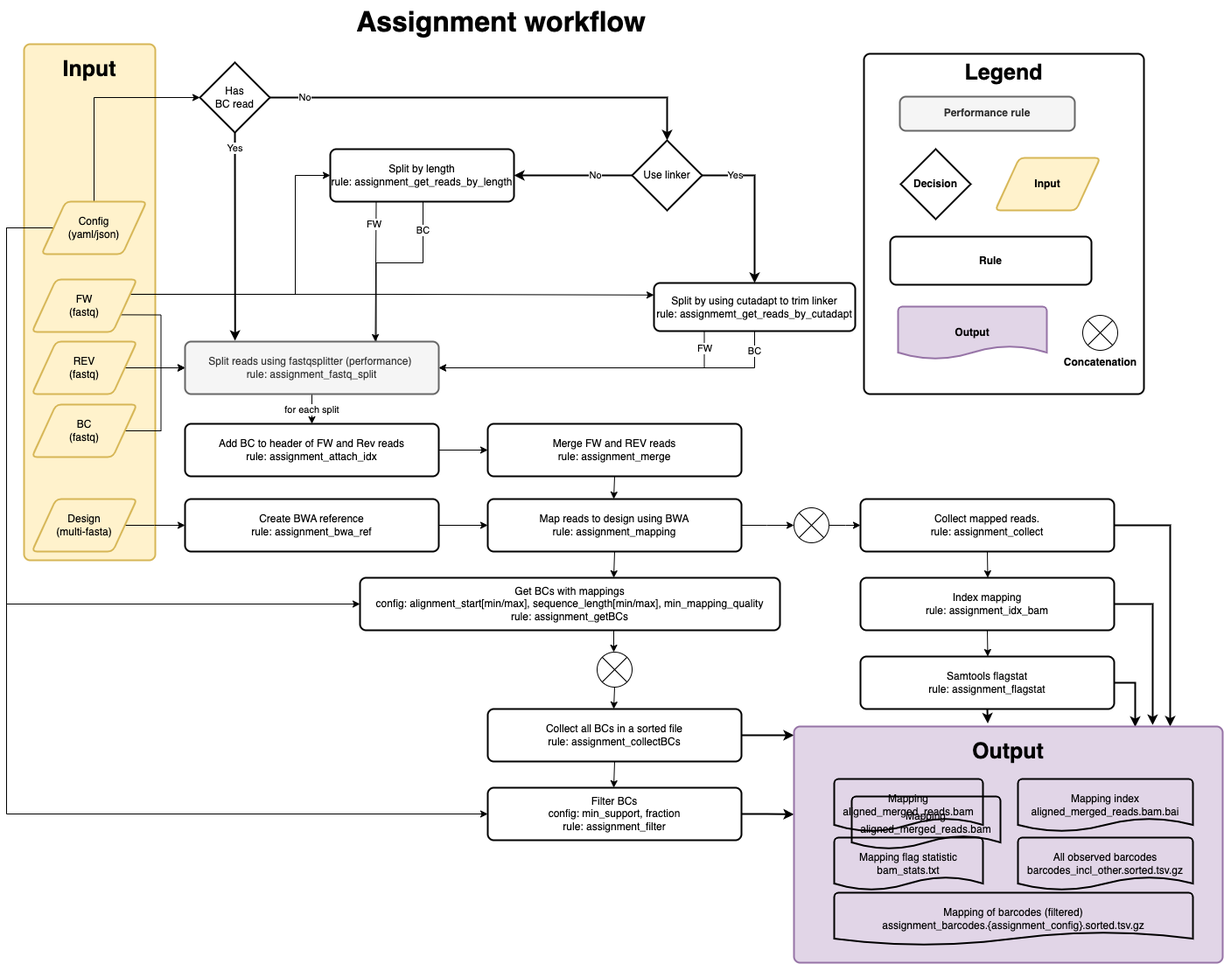
The draw.io diagram docs/MPRAsnakeflow_assignment.png in kircherlab/MPRAsnakeflow, before a commit. Source tidied: cells renumbered, new cells last; positions are measured from the earlier drawing's top-left corner, leaving out a move shared by most shapes.
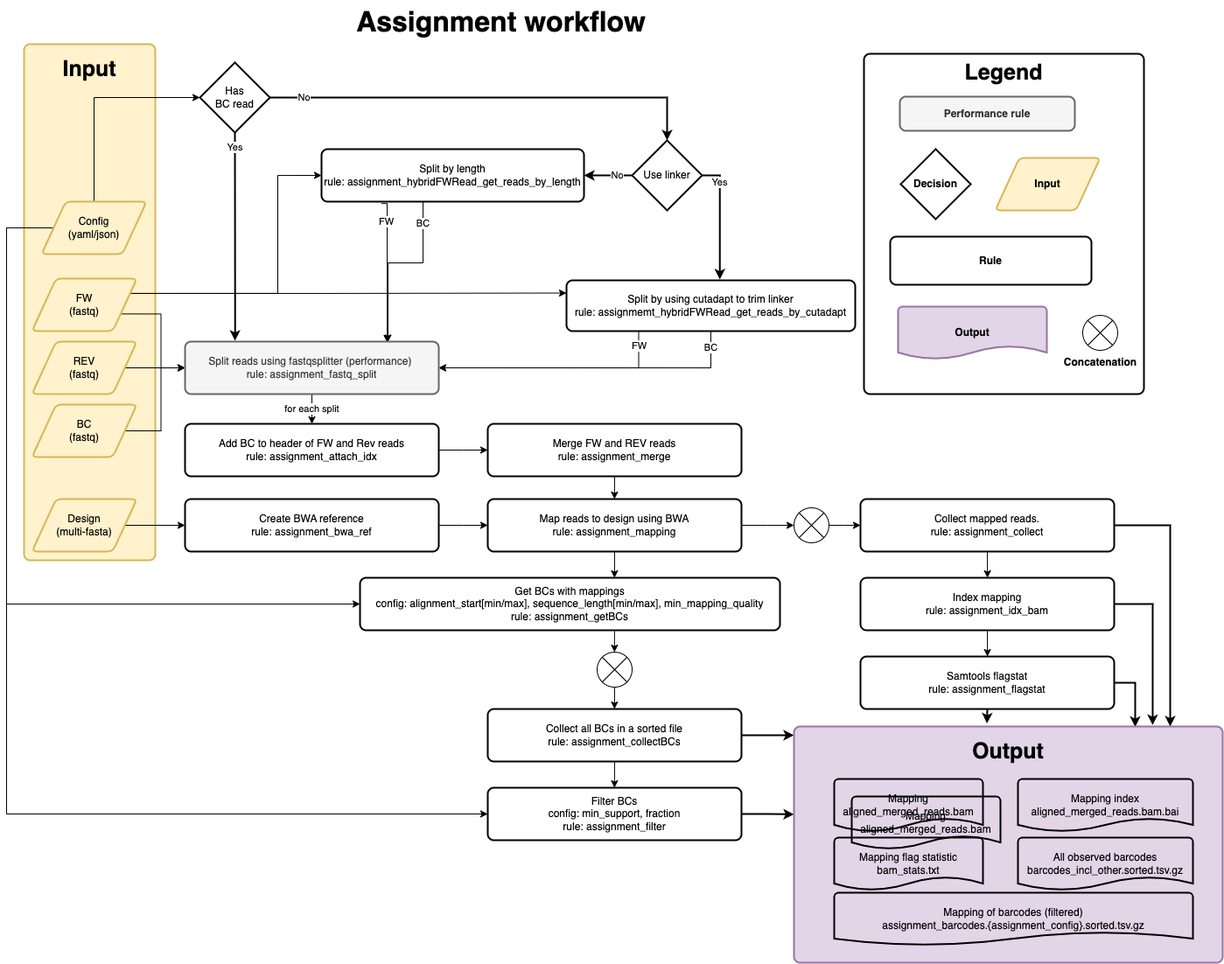
Later version of the same file.

Commit message:
docs: new assignment workflow graph

Diff of the diagram source:
```diff
@@ -11,22 +11,26 @@
     <mxCell id="4" value="&lt;div&gt;Design&lt;/div&gt;&lt;div&gt;(multi-fasta)&lt;br&gt;&lt;/div&gt;" style="shape=parallelogram;html=1;strokeWidth=2;perimeter=parallelogramPerimeter;whiteSpace=wrap;rounded=1;arcSize=12;size=0.23;fillColor=none;strokeColor=#d6b656;" parent="1" vertex="1">
       <mxGeometry x="29" y="570" width="120" height="60" as="geometry" />
     </mxCell>
-    <mxCell id="5" style="edgeStyle=elbowEdgeStyle;rounded=0;jettySize=auto;html=1;exitX=1;exitY=0.25;exitDx=0;exitDy=0;entryX=0;entryY=0.25;entryDx=0;entryDy=0;strokeColor=default;fontFamily=Helvetica;" parent="1" edge="1" source="8" target="21">
-      <mxGeometry relative="1" as="geometry" />
-    </mxCell>
+    <mxCell id="77" style="edgeStyle=elbowEdgeStyle;rounded=0;jettySize=auto;html=1;exitX=1;exitY=0.25;exitDx=0;exitDy=0;entryX=0;entryY=0.25;entryDx=0;entryDy=0;strokeColor=default;fontFamily=Helvetica;" parent="1" edge="1" source="8" target="79">
+      <mxGeometry relative="1" as="geometry">
+        <Array as="points">
+          <mxPoint x="360" y="330" />
+        </Array>
+      </mxGeometry>
+    </mxCell>
     <mxCell id="6" style="edgeStyle=orthogonalEdgeStyle;rounded=0;jettySize=auto;html=1;exitX=1;exitY=0.75;exitDx=0;exitDy=0;strokeColor=default;strokeWidth=1;fontFamily=Helvetica;elbow=vertical;entryX=0;entryY=0.5;entryDx=0;entryDy=0;" parent="1" edge="1" source="8" target="26">
       <mxGeometry relative="1" as="geometry" />
     </mxCell>
-    <mxCell id="7" style="edgeStyle=orthogonalEdgeStyle;rounded=0;jettySize=auto;html=1;exitX=1;exitY=0.25;exitDx=0;exitDy=0;entryX=0;entryY=0.5;entryDx=0;entryDy=0;strokeColor=default;strokeWidth=1;fontFamily=Helvetica;elbow=vertical;" parent="1" edge="1" source="8" target="24">
-      <mxGeometry relative="1" as="geometry">
-        <Array as="points">
-          <mxPoint x="330" y="336" />
-          <mxPoint x="330" y="200" />
-        </Array>
-      </mxGeometry>
-    </mxCell>
+    <mxCell id="78" style="edgeStyle=orthogonalEdgeStyle;rounded=0;jettySize=auto;html=1;exitX=1;exitY=0.25;exitDx=0;exitDy=0;entryX=0;entryY=0.5;entryDx=0;entryDy=0;" parent="1" edge="1" source="8" target="80">
+      <mxGeometry relative="1" as="geometry">
+        <Array as="points">
+          <mxPoint x="310" y="335" />
+          <mxPoint x="310" y="200" />
+        </Array>
+      </mxGeometry>
+    </mxCell>
     <mxCell id="8" value="&lt;div&gt;FW&lt;/div&gt;(fastq)" style="shape=parallelogram;html=1;strokeWidth=2;perimeter=parallelogramPerimeter;whiteSpace=wrap;rounded=1;arcSize=12;size=0.23;fillColor=none;strokeColor=#d6b656;" parent="1" vertex="1">
-      <mxGeometry x="29" y="319" width="120" height="60" as="geometry" />
+      <mxGeometry x="29" y="318" width="120" height="60" as="geometry" />
     </mxCell>
     <mxCell id="9" style="edgeStyle=orthogonalEdgeStyle;rounded=0;jettySize=auto;html=1;exitX=1;exitY=0.5;exitDx=0;exitDy=0;entryX=0;entryY=0.5;entryDx=0;entryDy=0;" parent="1" edge="1" source="10" target="26">
       <mxGeometry relative="1" as="geometry" />
@@ -53,40 +57,44 @@
     <mxCell id="15" value="Has&lt;br&gt;BC read" style="strokeWidth=2;html=1;shape=mxgraph.flowchart.decision;whiteSpace=wrap;" parent="1" vertex="1">
       <mxGeometry x="221" y="71" width="80" height="80" as="geometry" />
     </mxCell>
-    <mxCell id="16" value="Yes" style="edgeStyle=orthogonalEdgeStyle;rounded=0;jettySize=auto;html=1;exitX=1;exitY=0.5;exitDx=0;exitDy=0;exitPerimeter=0;entryX=0.5;entryY=0;entryDx=0;entryDy=0;fontFamily=Helvetica;strokeWidth=2;" parent="1" edge="1" source="18" target="21">
+    <mxCell id="16" value="Yes" style="edgeStyle=orthogonalEdgeStyle;rounded=0;jettySize=auto;html=1;exitX=1;exitY=0.5;exitDx=0;exitDy=0;exitPerimeter=0;entryX=0.531;entryY=-0.017;entryDx=0;entryDy=0;fontFamily=Helvetica;strokeWidth=2;entryPerimeter=0;" parent="1" edge="1" source="18" target="79">
       <mxGeometry x="-0.59" relative="1" as="geometry" />
     </mxCell>
-    <mxCell id="17" value="No" style="edgeStyle=orthogonalEdgeStyle;rounded=0;jettySize=auto;html=1;exitX=0;exitY=0.5;exitDx=0;exitDy=0;exitPerimeter=0;fontFamily=Helvetica;strokeWidth=2;" parent="1" edge="1" source="18" target="24">
+    <mxCell id="17" value="No" style="edgeStyle=orthogonalEdgeStyle;rounded=0;jettySize=auto;html=1;exitX=0;exitY=0.5;exitDx=0;exitDy=0;exitPerimeter=0;fontFamily=Helvetica;strokeWidth=2;" parent="1" edge="1" source="18" target="80">
       <mxGeometry x="-0.38" relative="1" as="geometry" />
     </mxCell>
     <mxCell id="18" value="Use linker" style="strokeWidth=2;html=1;shape=mxgraph.flowchart.decision;whiteSpace=wrap;" parent="1" vertex="1">
       <mxGeometry x="715" y="160" width="80" height="80" as="geometry" />
     </mxCell>
-    <mxCell id="19" value="FW" style="edgeStyle=orthogonalEdgeStyle;rounded=0;jettySize=auto;html=1;exitX=0.25;exitY=1;exitDx=0;exitDy=0;strokeColor=default;strokeWidth=1;fontFamily=Helvetica;elbow=vertical;entryX=1;entryY=0.5;entryDx=0;entryDy=0;" parent="1" edge="1" source="21" target="26">
+    <mxCell id="19" value="FW" style="edgeStyle=orthogonalEdgeStyle;rounded=0;jettySize=auto;html=1;exitX=0.25;exitY=1;exitDx=0;exitDy=0;strokeColor=default;strokeWidth=1;fontFamily=Helvetica;elbow=vertical;entryX=1;entryY=0.5;entryDx=0;entryDy=0;" parent="1" edge="1" source="79" target="26">
       <mxGeometry x="-0.88" relative="1" as="geometry" />
     </mxCell>
-    <mxCell id="20" value="BC" style="edgeStyle=orthogonalEdgeStyle;rounded=0;jettySize=auto;html=1;exitX=0.5;exitY=1;exitDx=0;exitDy=0;entryX=1;entryY=0.5;entryDx=0;entryDy=0;strokeColor=default;strokeWidth=1;fontFamily=Helvetica;elbow=vertical;" parent="1" edge="1" source="21" target="26">
+    <mxCell id="20" value="BC" style="edgeStyle=orthogonalEdgeStyle;rounded=0;jettySize=auto;html=1;exitX=0.5;exitY=1;exitDx=0;exitDy=0;entryX=1;entryY=0.5;entryDx=0;entryDy=0;strokeColor=default;strokeWidth=1;fontFamily=Helvetica;elbow=vertical;" parent="1" edge="1" source="79" target="26">
       <mxGeometry x="-0.89" relative="1" as="geometry" />
     </mxCell>
-    <mxCell id="21" value="Split by using cutadapt to trim linker&lt;br&gt;rule: assignmemt_get_reads_by_cutadapt" style="rounded=1;whiteSpace=wrap;html=1;absoluteArcSize=1;arcSize=14;strokeWidth=2;" parent="1" vertex="1">
-      <mxGeometry x="740" y="323" width="230" height="55" as="geometry" />
-    </mxCell>
+    <mxCell id="79" value="Split by using cutadapt to trim linker&lt;br&gt;rule:&amp;nbsp;assignmemt_hybridFWRead_get_reads_by_cutadapt" style="rounded=1;whiteSpace=wrap;html=1;absoluteArcSize=1;arcSize=14;strokeWidth=2;" parent="1" vertex="1">
+      <mxGeometry x="640" y="320" width="330" height="58" as="geometry" />
+    </mxCell>
-    <mxCell id="22" value="FW" style="rounded=0;jettySize=auto;html=1;exitX=0.25;exitY=1;exitDx=0;exitDy=0;entryX=0.75;entryY=0;entryDx=0;entryDy=0;fontFamily=Helvetica;edgeStyle=elbowEdgeStyle;" parent="1" edge="1" source="24" target="26">
-      <mxGeometry x="-0.67" y="-1" relative="1" as="geometry" />
+    <mxCell id="22" value="FW" style="rounded=0;jettySize=auto;html=1;fontFamily=Helvetica;edgeStyle=elbowEdgeStyle;exitX=0.228;exitY=1.036;exitDx=0;exitDy=0;exitPerimeter=0;" parent="1" edge="1" source="80">
+      <mxGeometry x="-0.67" y="-1" relative="1" as="geometry">
+        <mxPoint x="435" y="391" as="targetPoint" />
+        <Array as="points">
+          <mxPoint x="435" y="310" />
+        </Array>
+      </mxGeometry>
     </mxCell>
-    <mxCell id="23" value="BC" style="edgeStyle=orthogonalEdgeStyle;rounded=0;orthogonalLoop=1;jettySize=auto;html=1;exitX=0.5;exitY=1;exitDx=0;exitDy=0;entryX=0.75;entryY=0;entryDx=0;entryDy=0;fontFamily=Helvetica;" parent="1" edge="1">
+    <mxCell id="23" value="BC" style="edgeStyle=orthogonalEdgeStyle;rounded=0;jettySize=auto;html=1;exitX=0.5;exitY=1;exitDx=0;exitDy=0;fontFamily=Helvetica;entryX=0.8;entryY=0.007;entryDx=0;entryDy=0;entryPerimeter=0;" parent="1" edge="1" target="26">
       <mxGeometry x="-0.75" relative="1" as="geometry">
         <mxPoint x="476" y="230" as="sourcePoint" />
-        <mxPoint x="422.5" y="430" as="targetPoint" />
         <Array as="points">
           <mxPoint x="476" y="300" />
-          <mxPoint x="423" y="300" />
+          <mxPoint x="436" y="300" />
         </Array>
       </mxGeometry>
     </mxCell>
-    <mxCell id="24" value="Split by length&lt;br&gt;rule: assignment_get_reads_by_length" style="rounded=1;whiteSpace=wrap;html=1;absoluteArcSize=1;arcSize=14;strokeWidth=2;" parent="1" vertex="1">
-      <mxGeometry x="370" y="170" width="210" height="60" as="geometry" />
-    </mxCell>
+    <mxCell id="80" value="Split by length&lt;br&gt;rule:&amp;nbsp;assignment_hybridFWRead_get_reads_by_length" style="rounded=1;whiteSpace=wrap;html=1;absoluteArcSize=1;arcSize=14;strokeWidth=2;" parent="1" vertex="1">
+      <mxGeometry x="360" y="170" width="300" height="60" as="geometry" />
+    </mxCell>
     <mxCell id="25" value="for each split" style="edgeStyle=elbowEdgeStyle;rounded=0;jettySize=auto;html=1;exitX=0.5;exitY=1;exitDx=0;exitDy=0;entryX=0.5;entryY=0;entryDx=0;entryDy=0;strokeColor=default;strokeWidth=1;fontFamily=Helvetica;elbow=vertical;" parent="1" edge="1" source="26" target="32">
       <mxGeometry relative="1" as="geometry" />
     </mxCell>
@@ -184,16 +192,16 @@
     <mxCell id="49" value="Index mapping&lt;br&gt;rule:&amp;nbsp;assignment_idx_bam" style="rounded=1;whiteSpace=wrap;html=1;absoluteArcSize=1;arcSize=14;strokeWidth=2;" parent="1" vertex="1">
       <mxGeometry x="976" y="660" width="290" height="60" as="geometry" />
     </mxCell>
-    <mxCell id="50" style="edgeStyle=elbowEdgeStyle;rounded=0;sketch=0;jettySize=auto;html=1;exitX=0.5;exitY=1;exitDx=0;exitDy=0;entryX=0.449;entryY=-0.013;entryDx=0;entryDy=0;entryPerimeter=0;shadow=0;strokeColor=default;strokeWidth=2;fontFamily=Helvetica;fontSize=25;" parent="1" edge="1" source="52" target="62">
-      <mxGeometry relative="1" as="geometry" />
-    </mxCell>
-    <mxCell id="51" style="edgeStyle=elbowEdgeStyle;rounded=0;sketch=0;jettySize=auto;html=1;exitX=1;exitY=0.5;exitDx=0;exitDy=0;entryX=0.796;entryY=0.002;entryDx=0;entryDy=0;entryPerimeter=0;shadow=0;strokeColor=default;strokeWidth=2;fontFamily=Helvetica;fontSize=25;" parent="1" edge="1" source="52" target="62">
-      <mxGeometry relative="1" as="geometry">
-        <Array as="points">
-          <mxPoint x="1290" y="810" />
-        </Array>
-      </mxGeometry>
-    </mxCell>
+    <mxCell id="81" style="edgeStyle=elbowEdgeStyle;rounded=0;sketch=0;jettySize=auto;html=1;exitX=0.5;exitY=1;exitDx=0;exitDy=0;entryX=0.449;entryY=-0.013;entryDx=0;entryDy=0;entryPerimeter=0;shadow=0;strokeColor=default;strokeWidth=2;fontFamily=Helvetica;fontSize=25;" parent="1" edge="1" source="52" target="62">
+      <mxGeometry relative="1" as="geometry" />
+    </mxCell>
+    <mxCell id="82" style="edgeStyle=elbowEdgeStyle;rounded=0;sketch=0;jettySize=auto;html=1;exitX=1;exitY=0.5;exitDx=0;exitDy=0;entryX=0.796;entryY=0.002;entryDx=0;entryDy=0;entryPerimeter=0;shadow=0;strokeColor=default;strokeWidth=2;fontFamily=Helvetica;fontSize=25;" parent="1" edge="1" source="52" target="62">
+      <mxGeometry relative="1" as="geometry">
+        <Array as="points">
+          <mxPoint x="1290" y="810" />
+        </Array>
+      </mxGeometry>
+    </mxCell>
     <mxCell id="52" value="Samtools flagstat&lt;br&gt;rule:&amp;nbsp;assignment_flagstat" style="rounded=1;whiteSpace=wrap;html=1;absoluteArcSize=1;arcSize=14;strokeWidth=2;" parent="1" vertex="1">
       <mxGeometry x="976" y="750" width="290" height="60" as="geometry" />
     </mxCell>
```
